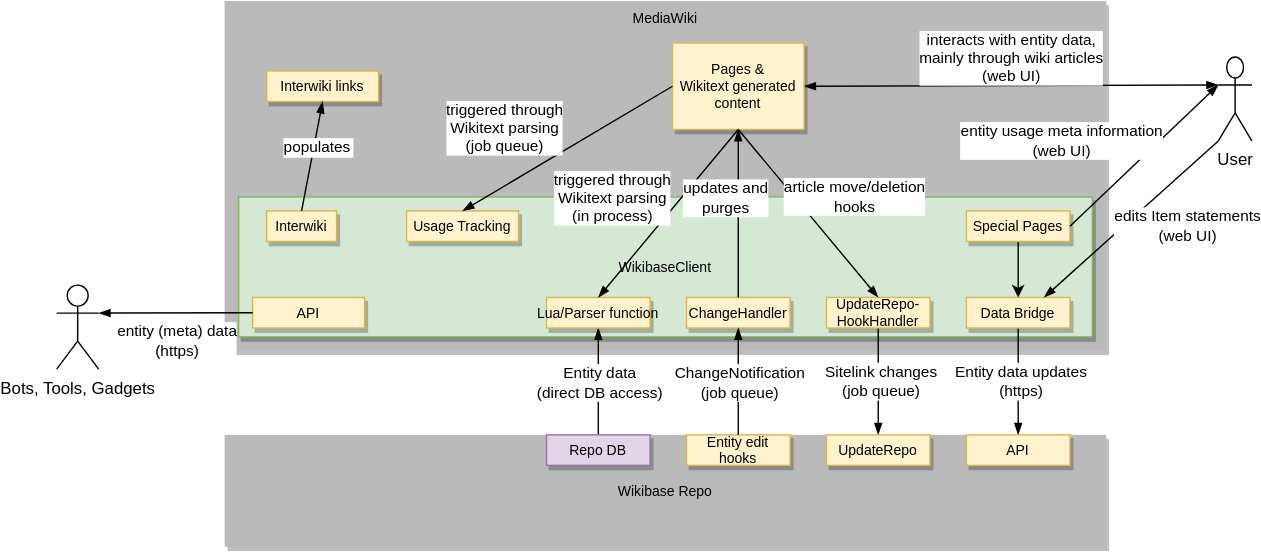
The draw.io diagram systems/WikibaseClient/diagrams/03-technical-context.drawio.svg in wmde/wikidata-wikibase-architecture, before a commit. Source tidied: cells renumbered, new cells last; positions are measured from the earlier drawing's top-left corner, leaving out a move shared by most shapes.
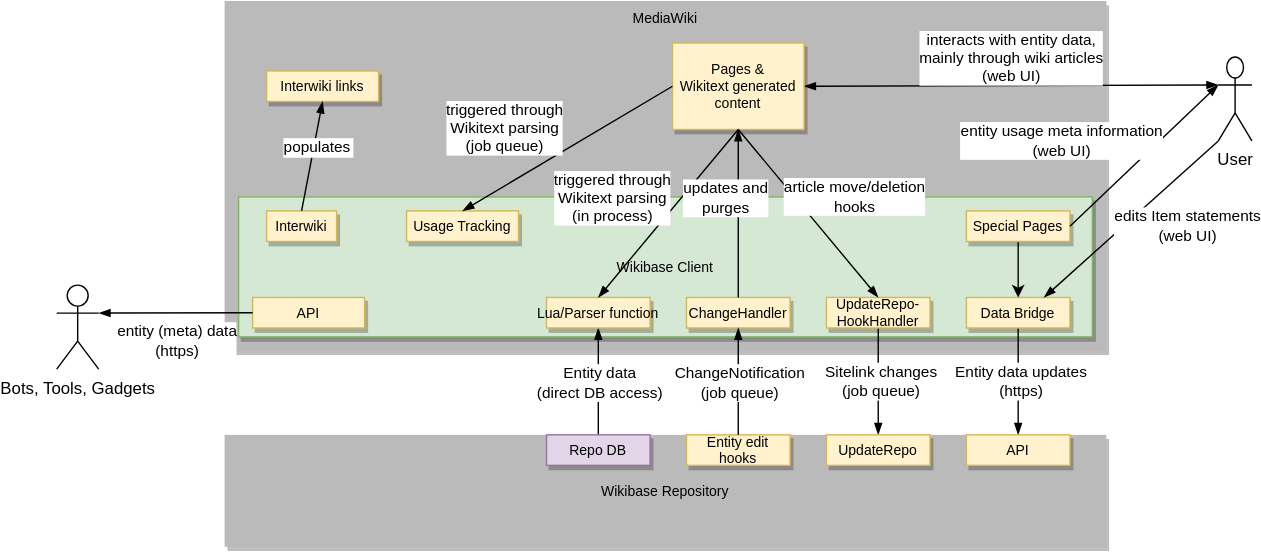
The same diagram one commit later.

Change to the diagram source:
```diff
@@ -5,7 +5,7 @@
     <mxCell id="2" value="MediaWiki" style="rounded=0;shadow=1;fontSize=10;fontColor=#000000;strokeColor=none;direction=west;fillColor=#BABABA;verticalAlign=top;" parent="1" vertex="1">
       <mxGeometry x="120" width="630" height="250" as="geometry" />
     </mxCell>
-    <mxCell id="3" value="Wikibase Repo" style="rounded=0;shadow=1;fontSize=10;fontColor=#000000;strokeColor=none;direction=west;fillColor=#BABABA;" parent="1" vertex="1">
+    <mxCell id="3" value="Wikibase Repository" style="rounded=0;shadow=1;fontSize=10;fontColor=#000000;strokeColor=none;direction=west;fillColor=#BABABA;" parent="1" vertex="1">
       <mxGeometry x="120" y="310" width="630" height="80" as="geometry" />
     </mxCell>
     <mxCell id="4" style="endArrow=blockThin;strokeColor=#000000;fontSize=10;fontColor=#000000;strokeWidth=1;endFill=1;entryX=0;entryY=0.5;entryDx=0;entryDy=0;exitX=0;exitY=0.3333333333333333;exitDx=0;exitDy=0;exitPerimeter=0;startArrow=blockThin;startFill=1;" parent="1" edge="1" source="30" target="23">
@@ -16,7 +16,7 @@
         <mxPoint x="35" y="-19.6" as="offset" />
       </mxGeometry>
     </mxCell>
-    <mxCell id="6" value="WikibaseClient" style="rounded=0;shadow=1;fontSize=10;strokeColor=#82b366;direction=west;fillColor=#d5e8d4;" parent="1" vertex="1">
+    <mxCell id="6" value="Wikibase Client" style="rounded=0;shadow=1;fontSize=10;strokeColor=#82b366;direction=west;fillColor=#d5e8d4;" parent="1" vertex="1">
       <mxGeometry x="130" y="140" width="610" height="100" as="geometry" />
     </mxCell>
     <mxCell id="7" style="rounded=0;jettySize=auto;html=1;endArrow=blockThin;endFill=1;exitX=0.5;exitY=0;exitDx=0;exitDy=0;" parent="1" edge="1" source="17" target="18">
```
